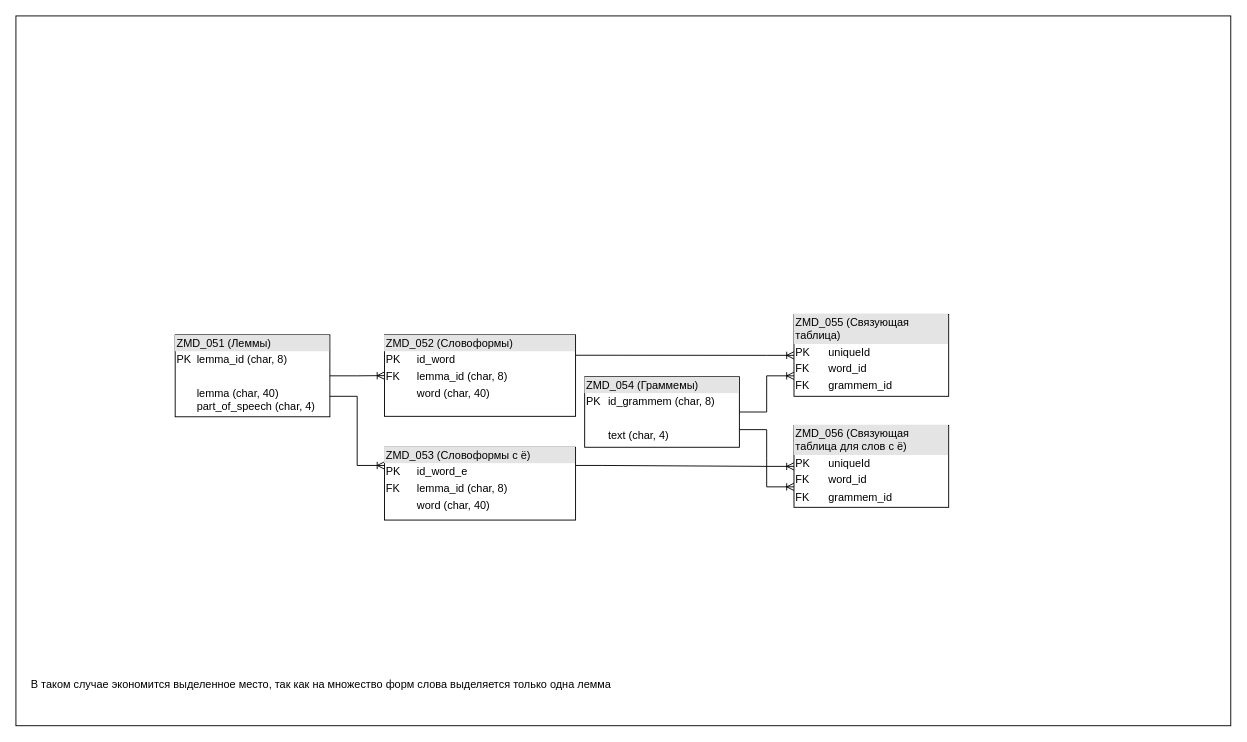
vdhudenkih/Diagrams keeps this draw.io diagram as Schema_Table.drawio. Above is the earlier version. Source tidied: cells renumbered, new cells numbered last; positions are measured from the earlier drawing's top-left corner, leaving out a move shared by most shapes. Both pictures are drawn from the tidied source at 91%, with x=0, y=0 at pixel (15, 15).
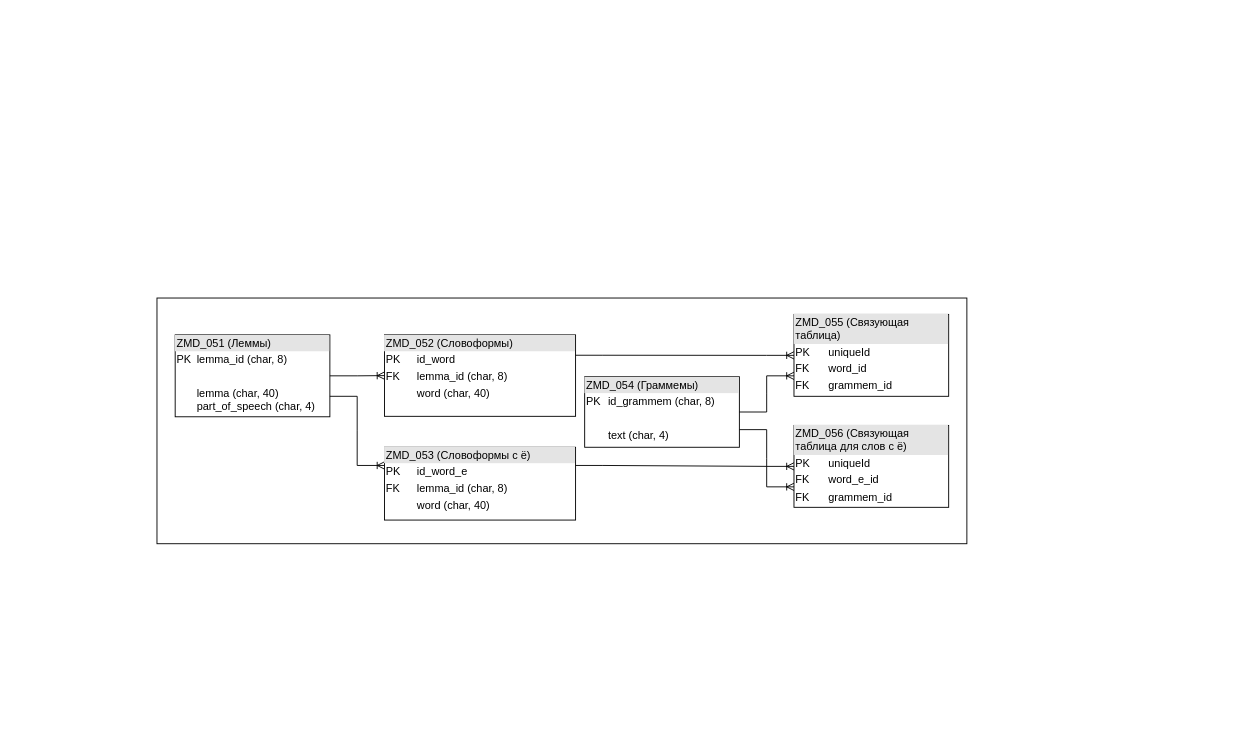
The same page after the edit.

What changed in the source:
```diff
@@
 <mxGraphModel>
   <root>
     <mxCell id="0" />
     <mxCell id="1" parent="0" />
     <mxCell id="2" style="rounded=0;whiteSpace=wrap;html=1;" parent="1" vertex="1">
-      <mxGeometry width="1335" height="780" as="geometry" />
+      <mxGeometry x="155" y="310" width="890" height="270" as="geometry" />
     </mxCell>
     <mxCell id="3" style="shape=tableRow;horizontal=0;startSize=0;swimlaneHead=0;swimlaneBody=0;fillColor=none;top=0;left=0;right=0;bottom=0;" parent="1" vertex="1">
       <mxGeometry x="125" y="490" width="180" height="35" as="geometry" />
     </mxCell>
     <mxCell id="4" style="shape=partialRectangle;fillColor=none;top=0;left=0;bottom=0;right=0;overflow=hidden;whiteSpace=wrap;html=1;" parent="3" vertex="1">
       <mxGeometry width="30" height="35" as="geometry" />
     </mxCell>
     <mxCell id="5" value="&lt;div style=&quot;box-sizing: border-box; width: 100%; background: rgb(228, 228, 228); padding: 2px;&quot;&gt;ZMD_052 (Словоформы)&lt;/div&gt;&lt;table style=&quot;width:100%;font-size:1em;&quot; cellpadding=&quot;2&quot; cellspacing=&quot;0&quot;&gt;&lt;tbody&gt;&lt;tr&gt;&lt;td&gt;PK&lt;/td&gt;&lt;td&gt;id_word&lt;/td&gt;&lt;/tr&gt;&lt;tr&gt;&lt;td&gt;FK&lt;/td&gt;&lt;td&gt;lemma_id (char, 8)&lt;/td&gt;&lt;/tr&gt;&lt;tr&gt;&lt;td&gt;&lt;/td&gt;&lt;td&gt;word (char, 40)&lt;br&gt;&lt;br&gt;&lt;/td&gt;&lt;/tr&gt;&lt;/tbody&gt;&lt;/table&gt;" style="verticalAlign=top;align=left;overflow=fill;html=1;whiteSpace=wrap;" parent="1" vertex="1">
       <mxGeometry x="405" y="350.5" width="210" height="89.5" as="geometry" />
     </mxCell>
     <mxCell id="6" value="&lt;div style=&quot;box-sizing: border-box; width: 100%; background: rgb(228, 228, 228); padding: 2px;&quot;&gt;ZMD_051 (Леммы)&lt;/div&gt;&lt;table style=&quot;width:100%;font-size:1em;&quot; cellpadding=&quot;2&quot; cellspacing=&quot;0&quot;&gt;&lt;tbody&gt;&lt;tr&gt;&lt;td&gt;PK&lt;/td&gt;&lt;td&gt;lemma_id (char, 8)&lt;/td&gt;&lt;/tr&gt;&lt;tr&gt;&lt;td&gt;&lt;br&gt;&lt;/td&gt;&lt;td&gt;&lt;br&gt;&lt;/td&gt;&lt;/tr&gt;&lt;tr&gt;&lt;td&gt;&lt;/td&gt;&lt;td&gt;lemma (char, 40)&lt;br&gt;part_of_speech (char, 4)&lt;/td&gt;&lt;/tr&gt;&lt;/tbody&gt;&lt;/table&gt;" style="verticalAlign=top;align=left;overflow=fill;html=1;whiteSpace=wrap;" parent="1" vertex="1">
       <mxGeometry x="175" y="350.5" width="170" height="90" as="geometry" />
     </mxCell>
     <mxCell id="7" style="edgeStyle=entityRelationEdgeStyle;fontSize=12;html=1;endArrow=ERoneToMany;rounded=0;exitX=1;exitY=0.5;exitDx=0;exitDy=0;entryX=0;entryY=0.5;entryDx=0;entryDy=0;" parent="1" edge="1" source="6" target="5">
       <mxGeometry relative="1" as="geometry" />
     </mxCell>
-    <mxCell id="8" value="В таком случае экономится выделенное место, так как на множество форм слова выделяется только одна лемма" style="text;html=1;align=center;verticalAlign=middle;strokeColor=none;fillColor=none;" parent="1" vertex="1">
-      <mxGeometry x="5" y="720" width="660" height="30" as="geometry" />
-    </mxCell>
     <mxCell id="9" style="edgeStyle=entityRelationEdgeStyle;fontSize=12;html=1;endArrow=ERoneToMany;rounded=0;exitX=1;exitY=0.75;exitDx=0;exitDy=0;entryX=0;entryY=0.25;entryDx=0;entryDy=0;" parent="1" edge="1" source="6" target="10">
       <mxGeometry relative="1" as="geometry" />
     </mxCell>
     <mxCell id="10" value="&lt;div style=&quot;box-sizing: border-box; width: 100%; background: rgb(228, 228, 228); padding: 2px;&quot;&gt;ZMD_053 (Словоформы с ё)&lt;/div&gt;&lt;table style=&quot;width:100%;font-size:1em;&quot; cellpadding=&quot;2&quot; cellspacing=&quot;0&quot;&gt;&lt;tbody&gt;&lt;tr&gt;&lt;td&gt;PK&lt;/td&gt;&lt;td&gt;id_word_e&lt;/td&gt;&lt;/tr&gt;&lt;tr&gt;&lt;td&gt;FK&lt;/td&gt;&lt;td&gt;lemma_id (char, 8)&lt;/td&gt;&lt;/tr&gt;&lt;tr&gt;&lt;td&gt;&lt;/td&gt;&lt;td&gt;word (char, 40)&lt;br&gt;&lt;br&gt;&lt;/td&gt;&lt;/tr&gt;&lt;/tbody&gt;&lt;/table&gt;" style="verticalAlign=top;align=left;overflow=fill;html=1;whiteSpace=wrap;" parent="1" vertex="1">
       <mxGeometry x="405" y="474" width="210" height="80" as="geometry" />
     </mxCell>
     <mxCell id="11" value="&lt;div style=&quot;box-sizing: border-box; width: 100%; background: rgb(228, 228, 228); padding: 2px;&quot;&gt;ZMD_054 (Граммемы)&lt;/div&gt;&lt;table style=&quot;width:100%;font-size:1em;&quot; cellpadding=&quot;2&quot; cellspacing=&quot;0&quot;&gt;&lt;tbody&gt;&lt;tr&gt;&lt;td&gt;PK&lt;/td&gt;&lt;td&gt;id_grammem (char, 8)&lt;/td&gt;&lt;/tr&gt;&lt;tr&gt;&lt;td&gt;&lt;br&gt;&lt;/td&gt;&lt;td&gt;&lt;br&gt;&lt;/td&gt;&lt;/tr&gt;&lt;tr&gt;&lt;td&gt;&lt;br&gt;&lt;/td&gt;&lt;td&gt;text (char, 4)&lt;br&gt;&lt;br&gt;&lt;/td&gt;&lt;/tr&gt;&lt;/tbody&gt;&lt;/table&gt;" style="verticalAlign=top;align=left;overflow=fill;html=1;whiteSpace=wrap;" parent="1" vertex="1">
       <mxGeometry x="625" y="396.5" width="170" height="77.5" as="geometry" />
     </mxCell>
     <mxCell id="12" value="&lt;div style=&quot;box-sizing: border-box; width: 100%; background: rgb(228, 228, 228); padding: 2px;&quot;&gt;ZMD_055 (Связующая таблица)&lt;/div&gt;&lt;table style=&quot;width:100%;font-size:1em;&quot; cellpadding=&quot;2&quot; cellspacing=&quot;0&quot;&gt;&lt;tbody&gt;&lt;tr&gt;&lt;td&gt;PK&lt;/td&gt;&lt;td&gt;uniqueId&amp;nbsp;&lt;/td&gt;&lt;/tr&gt;&lt;tr&gt;&lt;td&gt;FK&lt;/td&gt;&lt;td&gt;word_id&lt;/td&gt;&lt;/tr&gt;&lt;tr&gt;&lt;td&gt;FK&lt;/td&gt;&lt;td&gt;grammem_id&lt;/td&gt;&lt;/tr&gt;&lt;/tbody&gt;&lt;/table&gt;" style="verticalAlign=top;align=left;overflow=fill;html=1;whiteSpace=wrap;" parent="1" vertex="1">
       <mxGeometry x="855" y="328" width="170" height="90" as="geometry" />
     </mxCell>
-    <mxCell id="13" value="&lt;div style=&quot;box-sizing: border-box; width: 100%; background: rgb(228, 228, 228); padding: 2px;&quot;&gt;ZMD_056 (Связующая таблица для слов с ё)&lt;/div&gt;&lt;table style=&quot;width:100%;font-size:1em;&quot; cellpadding=&quot;2&quot; cellspacing=&quot;0&quot;&gt;&lt;tbody&gt;&lt;tr&gt;&lt;td&gt;PK&lt;/td&gt;&lt;td&gt;uniqueId&amp;nbsp;&lt;/td&gt;&lt;/tr&gt;&lt;tr&gt;&lt;td&gt;FK&lt;/td&gt;&lt;td&gt;word_id&lt;/td&gt;&lt;/tr&gt;&lt;tr&gt;&lt;td&gt;FK&lt;/td&gt;&lt;td&gt;grammem_id&lt;/td&gt;&lt;/tr&gt;&lt;/tbody&gt;&lt;/table&gt;" style="verticalAlign=top;align=left;overflow=fill;html=1;whiteSpace=wrap;" parent="1" vertex="1">
+    <mxCell id="13" value="&lt;div style=&quot;box-sizing: border-box; width: 100%; background: rgb(228, 228, 228); padding: 2px;&quot;&gt;ZMD_056 (Связующая таблица для слов с ё)&lt;/div&gt;&lt;table style=&quot;width:100%;font-size:1em;&quot; cellpadding=&quot;2&quot; cellspacing=&quot;0&quot;&gt;&lt;tbody&gt;&lt;tr&gt;&lt;td&gt;PK&lt;/td&gt;&lt;td&gt;uniqueId&amp;nbsp;&lt;/td&gt;&lt;/tr&gt;&lt;tr&gt;&lt;td&gt;FK&lt;/td&gt;&lt;td&gt;word_e_id&lt;/td&gt;&lt;/tr&gt;&lt;tr&gt;&lt;td&gt;FK&lt;/td&gt;&lt;td&gt;grammem_id&lt;/td&gt;&lt;/tr&gt;&lt;/tbody&gt;&lt;/table&gt;" style="verticalAlign=top;align=left;overflow=fill;html=1;whiteSpace=wrap;" parent="1" vertex="1">
       <mxGeometry x="855" y="450" width="170" height="90" as="geometry" />
     </mxCell>
     <mxCell id="14" style="edgeStyle=entityRelationEdgeStyle;fontSize=12;html=1;endArrow=ERoneToMany;rounded=0;exitX=1;exitY=0.25;exitDx=0;exitDy=0;entryX=0;entryY=0.5;entryDx=0;entryDy=0;" parent="1" edge="1" source="5" target="12">
       <mxGeometry relative="1" as="geometry" />
     </mxCell>
     <mxCell id="15" style="edgeStyle=entityRelationEdgeStyle;fontSize=12;html=1;endArrow=ERoneToMany;rounded=0;exitX=1;exitY=0.25;exitDx=0;exitDy=0;entryX=0;entryY=0.5;entryDx=0;entryDy=0;" parent="1" edge="1" source="10" target="13">
       <mxGeometry relative="1" as="geometry" />
     </mxCell>
     <mxCell id="16" style="edgeStyle=entityRelationEdgeStyle;fontSize=12;html=1;endArrow=ERoneToMany;rounded=0;exitX=1;exitY=0.75;exitDx=0;exitDy=0;entryX=0;entryY=0.75;entryDx=0;entryDy=0;" parent="1" edge="1" source="11" target="13">
       <mxGeometry relative="1" as="geometry" />
     </mxCell>
     <mxCell id="17" style="edgeStyle=entityRelationEdgeStyle;fontSize=12;html=1;endArrow=ERoneToMany;rounded=0;exitX=1;exitY=0.5;exitDx=0;exitDy=0;entryX=0;entryY=0.75;entryDx=0;entryDy=0;" parent="1" edge="1" source="11" target="12">
       <mxGeometry relative="1" as="geometry" />
     </mxCell>
   </root>
 </mxGraphModel>
```
